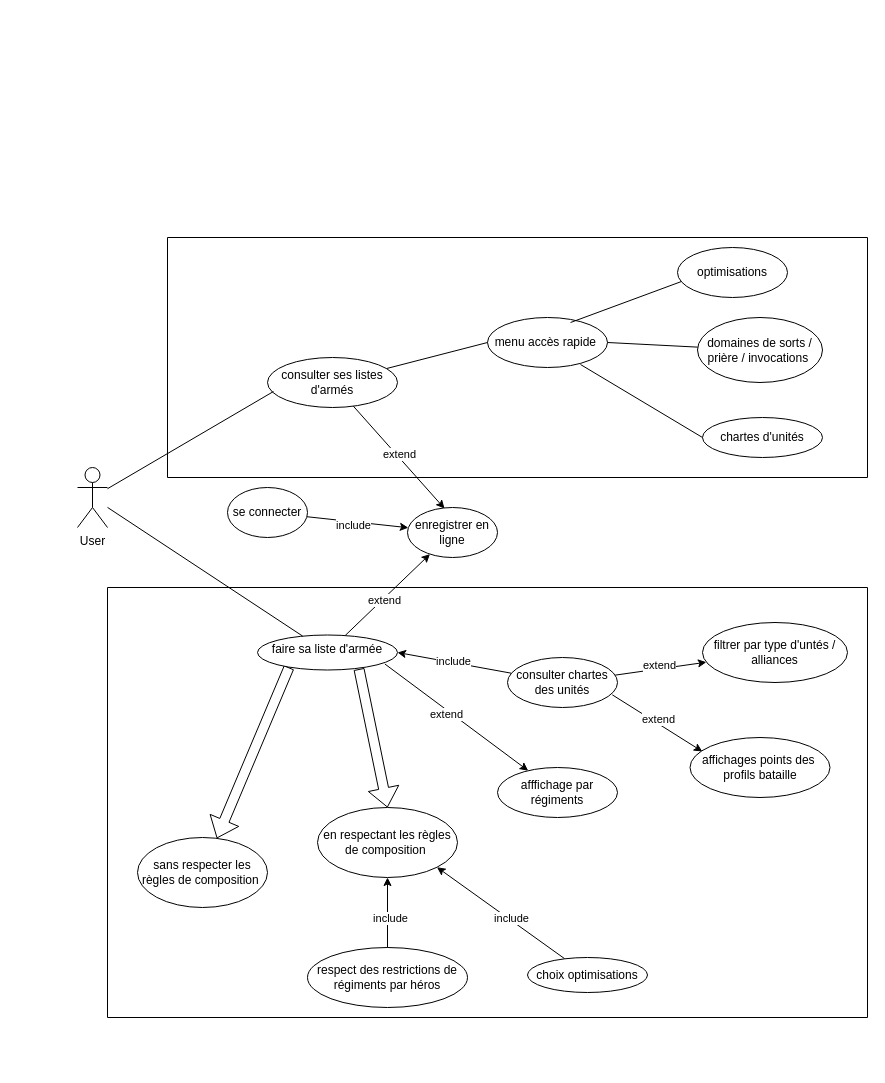
This is docs/uml/useCases.drawio from Florian00000/ListAosApi, a draw.io file, before an edit. Source tidied: cells renumbered, new cells numbered last; positions are measured from the earlier drawing's top-left corner, leaving out a move shared by most shapes. Both pictures are drawn from the tidied source at 100%, with x=0, y=0 at pixel (77, 237).
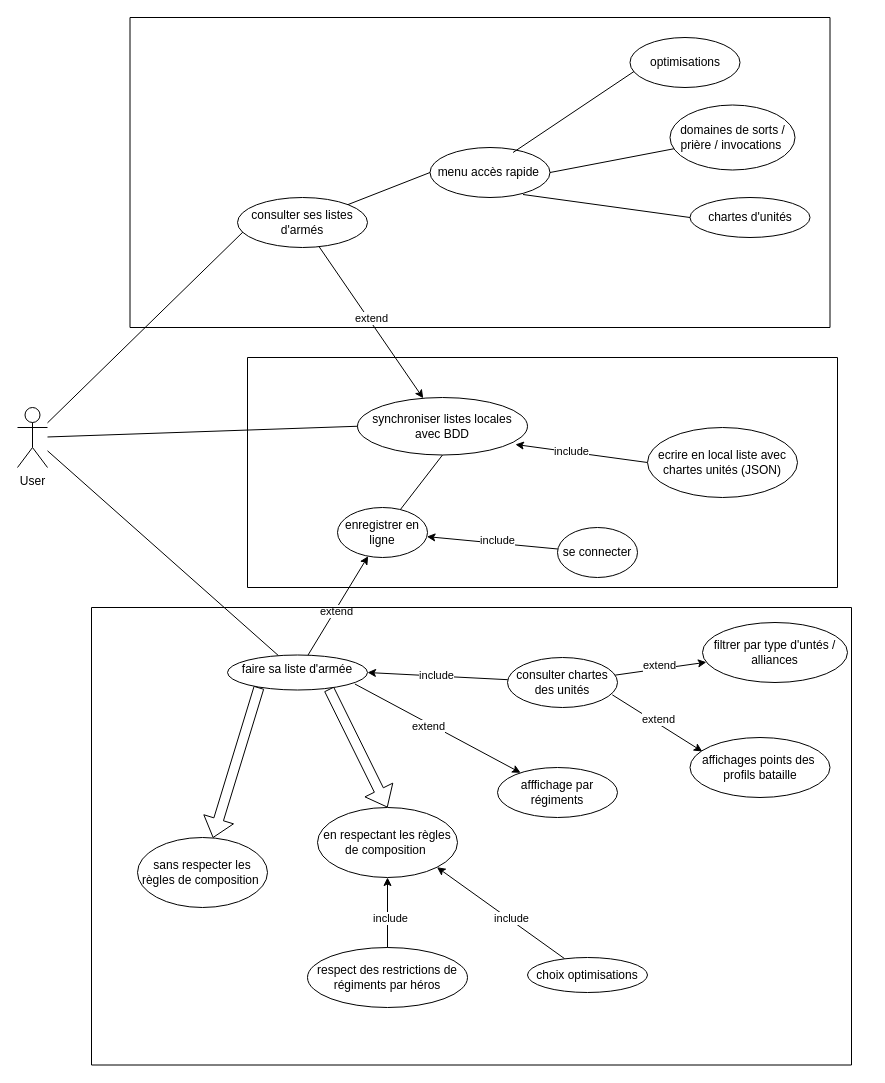
The same page after the edit.

Commit message (it also covers changes not shown here):
useCase synchronisation listes locales et BDD

What changed in the source:
```diff
@@
     <mxCell id="2" value="User&lt;div&gt;&lt;br&gt;&lt;/div&gt;" style="shape=umlActor;verticalLabelPosition=bottom;verticalAlign=top;html=1;outlineConnect=0;" parent="1" vertex="1">
-      <mxGeometry y="230" width="30" height="60" as="geometry" />
+      <mxGeometry x="-60" y="170" width="30" height="60" as="geometry" />
     </mxCell>
@@
-    <mxCell id="9" value="faire sa liste d'armée" style="ellipse;whiteSpace=wrap;html=1;verticalAlign=top;" parent="1" vertex="1">
-      <mxGeometry x="180" y="397.5" width="140" height="35" as="geometry" />
-    </mxCell>
@@
     <mxCell id="11" value="enregistrer en ligne" style="ellipse;whiteSpace=wrap;html=1;" parent="1" vertex="1">
-      <mxGeometry x="330" y="270" width="90" height="50" as="geometry" />
+      <mxGeometry x="260" y="270" width="90" height="50" as="geometry" />
     </mxCell>
@@
     <mxCell id="14" value="se connecter" style="ellipse;whiteSpace=wrap;html=1;" parent="1" vertex="1">
-      <mxGeometry x="150" y="250" width="80" height="50" as="geometry" />
+      <mxGeometry x="480" y="290" width="80" height="50" as="geometry" />
     </mxCell>
@@
+    <mxCell id="34" style="endArrow=none;html=1;entryX=0.046;entryY=0.68;entryDx=0;entryDy=0;entryPerimeter=0;" parent="1" edge="1" source="2" target="33">
+      <mxGeometry relative="1" as="geometry" />
+    </mxCell>
+    <mxCell id="45" style="swimlane;startSize=0;" parent="1" vertex="1">
+      <mxGeometry x="52.5" y="-220" width="700" height="310" as="geometry" />
+    </mxCell>
-    <mxCell id="33" value="consulter ses listes d'armés" style="ellipse;whiteSpace=wrap;html=1;" parent="1" vertex="1">
-      <mxGeometry x="190" y="120" width="130" height="50" as="geometry" />
+    <mxCell id="33" value="consulter ses listes d'armés" style="ellipse;whiteSpace=wrap;html=1;" parent="45" vertex="1">
+      <mxGeometry x="107.5" y="180" width="130" height="50" as="geometry" />
     </mxCell>
-    <mxCell id="34" style="endArrow=none;html=1;entryX=0.046;entryY=0.68;entryDx=0;entryDy=0;entryPerimeter=0;" parent="1" edge="1" source="2" target="33">
-      <mxGeometry relative="1" as="geometry" />
-    </mxCell>
-    <mxCell id="35" style="edgeStyle=none;html=1;entryX=0.411;entryY=0.02;entryDx=0;entryDy=0;entryPerimeter=0;" parent="1" edge="1" source="33" target="11">
-      <mxGeometry relative="1" as="geometry" />
-    </mxCell>
-    <mxCell id="36" value="extend" style="edgeLabel;html=1;align=center;verticalAlign=middle;" parent="35" vertex="1">
-      <mxGeometry x="-0.04" y="2" relative="1" as="geometry" />
-    </mxCell>
-    <mxCell id="37" value="menu accès rapide&amp;nbsp;" style="ellipse;whiteSpace=wrap;html=1;" parent="1" vertex="1">
-      <mxGeometry x="410" y="80" width="120" height="50" as="geometry" />
+    <mxCell id="37" value="menu accès rapide&amp;nbsp;" style="ellipse;whiteSpace=wrap;html=1;" parent="45" vertex="1">
+      <mxGeometry x="300" y="130" width="120" height="50" as="geometry" />
     </mxCell>
-    <mxCell id="38" style="endArrow=none;html=1;entryX=0;entryY=0.5;entryDx=0;entryDy=0;" parent="1" edge="1" source="33" target="37">
+    <mxCell id="38" style="endArrow=none;html=1;entryX=0;entryY=0.5;entryDx=0;entryDy=0;" parent="45" edge="1" source="33" target="37">
       <mxGeometry relative="1" as="geometry" />
     </mxCell>
-    <mxCell id="39" value="optimisations" style="ellipse;whiteSpace=wrap;html=1;" parent="1" vertex="1">
-      <mxGeometry x="600" y="10" width="110" height="50" as="geometry" />
+    <mxCell id="39" value="optimisations" style="ellipse;whiteSpace=wrap;html=1;" parent="45" vertex="1">
+      <mxGeometry x="500" y="20" width="110" height="50" as="geometry" />
     </mxCell>
+    <mxCell id="42" style="endArrow=none;html=1;entryX=0.036;entryY=0.68;entryDx=0;entryDy=0;entryPerimeter=0;exitX=0.692;exitY=0.1;exitDx=0;exitDy=0;exitPerimeter=0;" parent="45" edge="1" source="37" target="39">
+      <mxGeometry relative="1" as="geometry" />
+    </mxCell>
-    <mxCell id="40" value="domaines de sorts / prière / invocations&amp;nbsp;" style="ellipse;whiteSpace=wrap;html=1;" parent="1" vertex="1">
-      <mxGeometry x="620" y="80" width="125" height="65" as="geometry" />
+    <mxCell id="40" value="domaines de sorts / prière / invocations&amp;nbsp;" style="ellipse;whiteSpace=wrap;html=1;" parent="45" vertex="1">
+      <mxGeometry x="540" y="87.5" width="125" height="65" as="geometry" />
     </mxCell>
+    <mxCell id="43" style="endArrow=none;html=1;exitX=1;exitY=0.5;exitDx=0;exitDy=0;" parent="45" edge="1" source="37" target="40">
+      <mxGeometry relative="1" as="geometry" />
+    </mxCell>
-    <mxCell id="41" value="chartes d'unités" style="ellipse;whiteSpace=wrap;html=1;" parent="1" vertex="1">
-      <mxGeometry x="625" y="180" width="120" height="40" as="geometry" />
+    <mxCell id="41" value="chartes d'unités" style="ellipse;whiteSpace=wrap;html=1;" parent="45" vertex="1">
+      <mxGeometry x="560" y="180" width="120" height="40" as="geometry" />
     </mxCell>
-    <mxCell id="42" style="endArrow=none;html=1;entryX=0.036;entryY=0.68;entryDx=0;entryDy=0;entryPerimeter=0;exitX=0.692;exitY=0.1;exitDx=0;exitDy=0;exitPerimeter=0;" parent="1" edge="1" source="37" target="39">
-      <mxGeometry relative="1" as="geometry" />
-    </mxCell>
-    <mxCell id="43" style="endArrow=none;html=1;exitX=1;exitY=0.5;exitDx=0;exitDy=0;" parent="1" edge="1" source="37" target="40">
-      <mxGeometry relative="1" as="geometry" />
-    </mxCell>
-    <mxCell id="44" style="endArrow=none;html=1;entryX=0;entryY=0.5;entryDx=0;entryDy=0;exitX=0.775;exitY=0.94;exitDx=0;exitDy=0;exitPerimeter=0;" parent="1" edge="1" source="37" target="41">
+    <mxCell id="44" style="endArrow=none;html=1;entryX=0;entryY=0.5;entryDx=0;entryDy=0;exitX=0.775;exitY=0.94;exitDx=0;exitDy=0;exitPerimeter=0;" parent="45" edge="1" source="37" target="41">
       <mxGeometry relative="1" as="geometry" />
     </mxCell>
-    <mxCell id="45" style="swimlane;startSize=0;" parent="1" vertex="1">
-      <mxGeometry x="90" width="700" height="240" as="geometry" />
-    </mxCell>
     <mxCell id="46" style="swimlane;startSize=0;" parent="1" vertex="1">
-      <mxGeometry x="30" y="350" width="760" height="430" as="geometry" />
+      <mxGeometry x="14" y="370" width="760" height="457.5" as="geometry" />
     </mxCell>
+    <mxCell id="9" value="faire sa liste d'armée" style="ellipse;whiteSpace=wrap;html=1;verticalAlign=top;" parent="46" vertex="1">
+      <mxGeometry x="136" y="47.5" width="140" height="35" as="geometry" />
+    </mxCell>
+    <mxCell id="47" style="endArrow=none;html=1;entryX=0.5;entryY=1;entryDx=0;entryDy=0;" parent="1" edge="1" source="11" target="48">
+      <mxGeometry relative="1" as="geometry" />
+    </mxCell>
+    <mxCell id="48" value="synchroniser listes locales avec BDD" style="ellipse;whiteSpace=wrap;html=1;" parent="1" vertex="1">
+      <mxGeometry x="280" y="160" width="170" height="57.5" as="geometry" />
+    </mxCell>
+    <mxCell id="35" style="edgeStyle=none;html=1;" parent="1" edge="1" source="33" target="48">
+      <mxGeometry relative="1" as="geometry" />
+    </mxCell>
+    <mxCell id="36" value="extend" style="edgeLabel;html=1;align=center;verticalAlign=middle;" parent="35" vertex="1">
+      <mxGeometry x="-0.04" y="2" relative="1" as="geometry" />
+    </mxCell>
+    <mxCell id="49" style="endArrow=classic;html=1;entryX=0.929;entryY=0.817;entryDx=0;entryDy=0;entryPerimeter=0;exitX=0;exitY=0.5;exitDx=0;exitDy=0;" parent="1" edge="1" source="51" target="48">
+      <mxGeometry relative="1" as="geometry" />
+    </mxCell>
+    <mxCell id="50" value="include" style="edgeLabel;html=1;align=center;verticalAlign=middle;" parent="49" vertex="1">
+      <mxGeometry x="0.45" y="2" relative="1" as="geometry">
+        <mxPoint x="20" as="offset" />
+      </mxGeometry>
+    </mxCell>
+    <mxCell id="51" value="ecrire en local liste avec chartes unités (JSON)" style="ellipse;whiteSpace=wrap;html=1;" parent="1" vertex="1">
+      <mxGeometry x="570" y="190" width="150" height="70" as="geometry" />
+    </mxCell>
+    <mxCell id="52" style="endArrow=none;html=1;entryX=0;entryY=0.5;entryDx=0;entryDy=0;" parent="1" edge="1" source="2" target="48">
+      <mxGeometry relative="1" as="geometry" />
+    </mxCell>
+    <mxCell id="53" style="swimlane;startSize=0;" parent="1" vertex="1">
+      <mxGeometry x="170" y="120" width="590" height="230" as="geometry" />
+    </mxCell>
```
